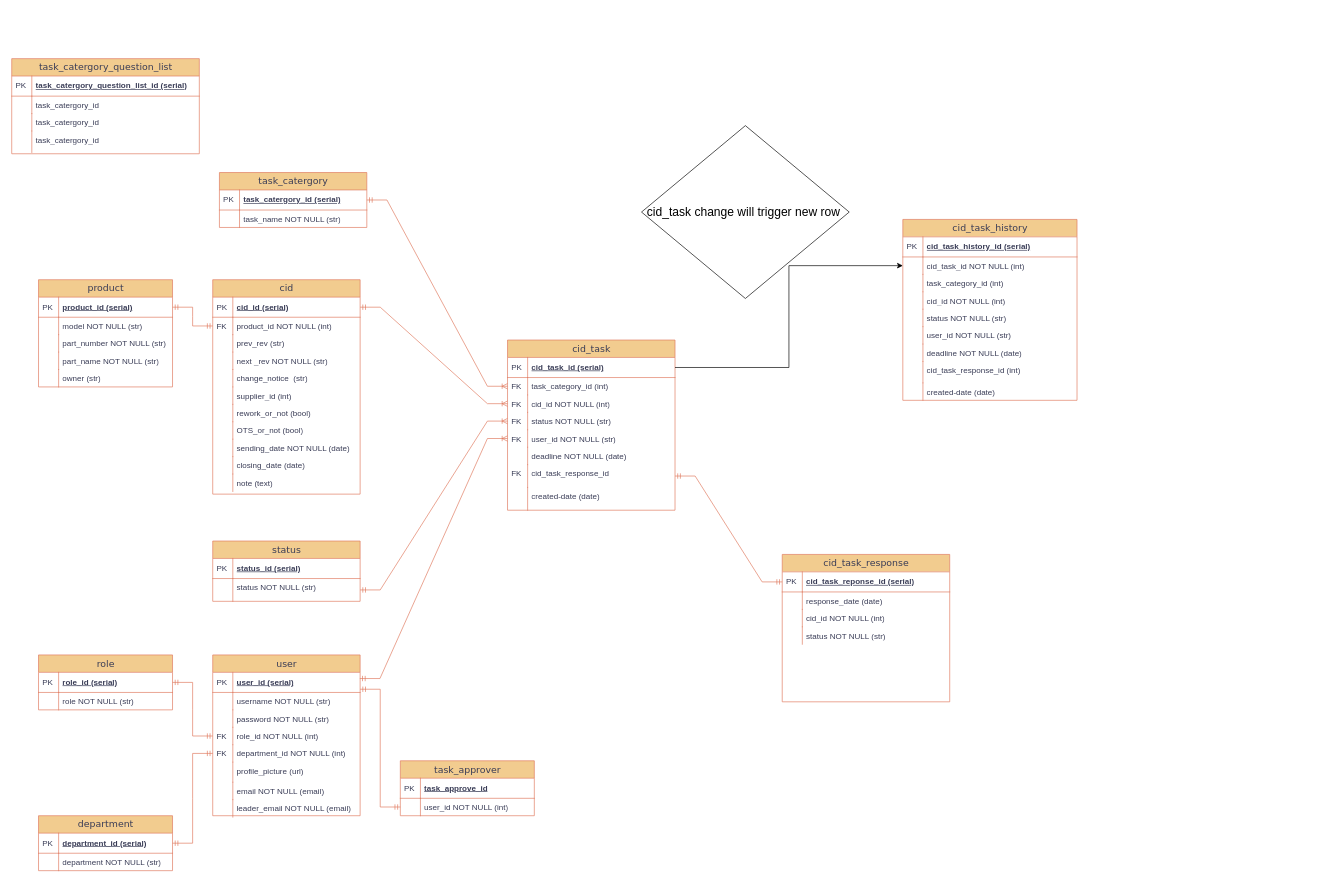
The draw.io diagram Untitled Diagram.drawio in HieuBuiCong/ResumeHieuBC, before the edit. Source tidied: cells renumbered, new cells numbered last; positions are measured from the earlier drawing's top-left corner, leaving out a move shared by most shapes. Both pictures are drawn from the tidied source at 67%, with x=0, y=0 at pixel (11, 58).
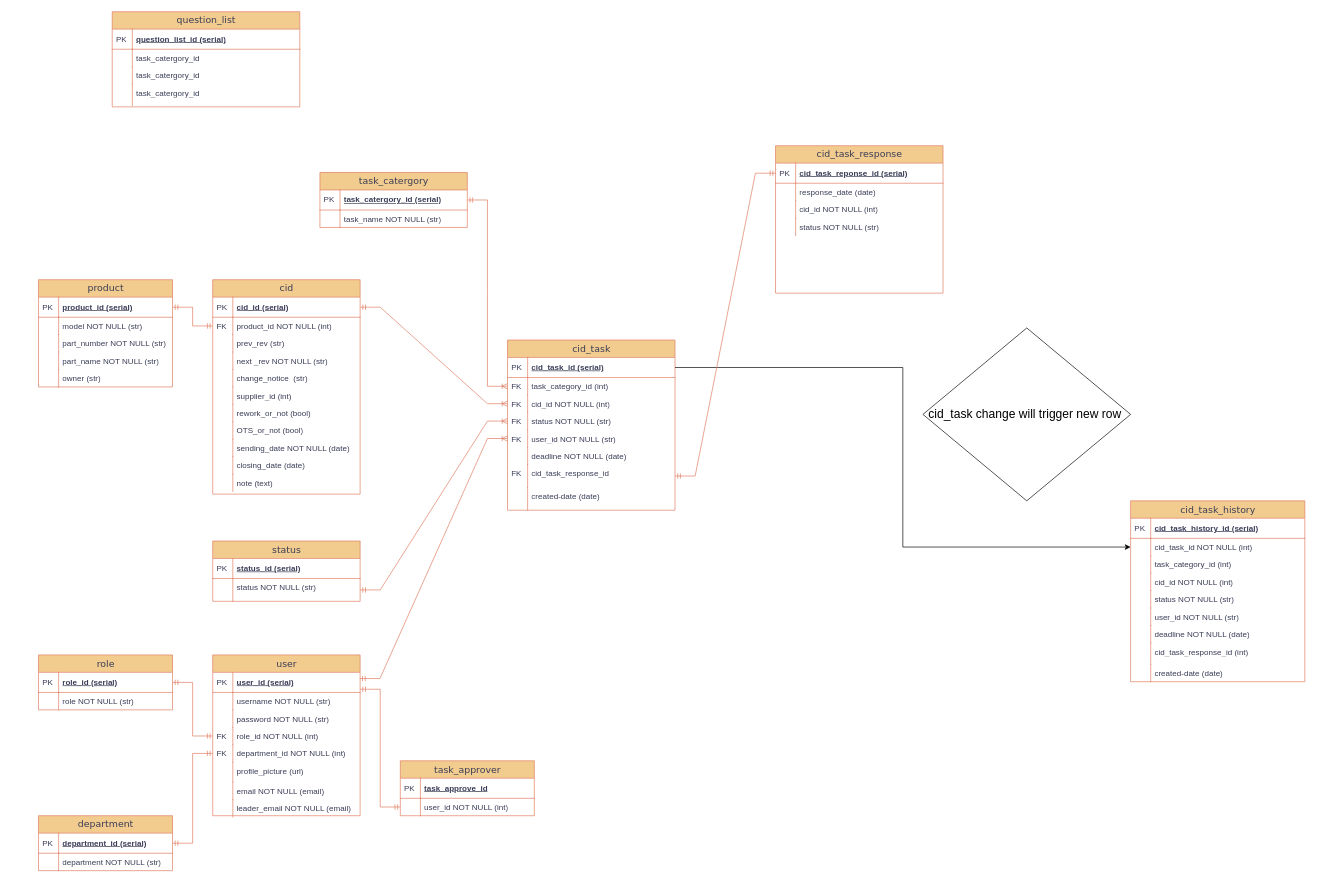
The same page after the edit.

Change to the diagram source:
```diff
@@
     <mxCell id="63" value="task_catergory" style="swimlane;html=1;fontStyle=0;horizontal=1;startSize=26;fillColor=#F2CC8F;swimlaneFillColor=#ffffff;align=center;rounded=0;shadow=0;comic=0;labelBackgroundColor=none;strokeWidth=1;fontFamily=Verdana;fontSize=14;strokeColor=#E07A5F;fontColor=#393C56;" parent="1" vertex="1">
-      <mxGeometry x="310" y="170" width="220" height="82" as="geometry" />
+      <mxGeometry x="460" y="170" width="220" height="82" as="geometry" />
     </mxCell>
@@
     <mxCell id="97" value="cid_task_history" style="swimlane;html=1;fontStyle=0;horizontal=1;startSize=26;fillColor=#F2CC8F;swimlaneFillColor=#ffffff;align=center;rounded=0;shadow=0;comic=0;labelBackgroundColor=none;strokeWidth=1;fontFamily=Verdana;fontSize=14;strokeColor=#E07A5F;fontColor=#393C56;" parent="1" vertex="1">
-      <mxGeometry x="1330" y="240" width="260" height="270" as="geometry" />
+      <mxGeometry x="1670" y="660" width="260" height="270" as="geometry" />
     </mxCell>
@@
     <mxCell id="122" value="&lt;font style=&quot;font-size: 18px;&quot;&gt;cid_task change will trigger new row&amp;nbsp;&lt;/font&gt;" style="rhombus;whiteSpace=wrap;html=1;" parent="1" vertex="1">
-      <mxGeometry x="940" y="100" width="310" height="258" as="geometry" />
+      <mxGeometry x="1360" y="402" width="310" height="258" as="geometry" />
     </mxCell>
@@
     <mxCell id="124" value="cid_task_response" style="swimlane;html=1;fontStyle=0;horizontal=1;startSize=26;fillColor=#F2CC8F;swimlaneFillColor=#ffffff;align=center;rounded=0;shadow=0;comic=0;labelBackgroundColor=none;strokeWidth=1;fontFamily=Verdana;fontSize=14;strokeColor=#E07A5F;fontColor=#393C56;" parent="1" vertex="1">
-      <mxGeometry x="1150" y="740" width="250" height="220" as="geometry" />
+      <mxGeometry x="1140" y="130" width="250" height="220" as="geometry" />
     </mxCell>
@@
-    <mxCell id="134" value="task_catergory_question_list" style="swimlane;html=1;fontStyle=0;horizontal=1;startSize=26;fillColor=#F2CC8F;swimlaneFillColor=#ffffff;align=center;rounded=0;shadow=0;comic=0;labelBackgroundColor=none;strokeWidth=1;fontFamily=Verdana;fontSize=14;strokeColor=#E07A5F;fontColor=#393C56;" parent="1" vertex="1">
-      <mxGeometry width="280" height="142" as="geometry" />
+    <mxCell id="134" value="question_list" style="swimlane;html=1;fontStyle=0;horizontal=1;startSize=26;fillColor=#F2CC8F;swimlaneFillColor=#ffffff;align=center;rounded=0;shadow=0;comic=0;labelBackgroundColor=none;strokeWidth=1;fontFamily=Verdana;fontSize=14;strokeColor=#E07A5F;fontColor=#393C56;" parent="1" vertex="1">
+      <mxGeometry x="150" y="-70" width="280" height="142" as="geometry" />
     </mxCell>
-    <mxCell id="135" value="task_catergory_question_list_id (serial)" style="shape=partialRectangle;top=0;left=0;right=0;bottom=1;html=1;align=left;verticalAlign=middle;fillColor=none;spacingLeft=34;spacingRight=4;whiteSpace=wrap;overflow=hidden;fontStyle=5;strokeColor=#E07A5F;labelBackgroundColor=none;fontColor=#393C56;" parent="134" vertex="1">
+    <mxCell id="135" value="question_list_id (serial)" style="shape=partialRectangle;top=0;left=0;right=0;bottom=1;html=1;align=left;verticalAlign=middle;fillColor=none;spacingLeft=34;spacingRight=4;whiteSpace=wrap;overflow=hidden;fontStyle=5;strokeColor=#E07A5F;labelBackgroundColor=none;fontColor=#393C56;" parent="134" vertex="1">
       <mxGeometry y="26" width="280" height="30" as="geometry" />
     </mxCell>
```
